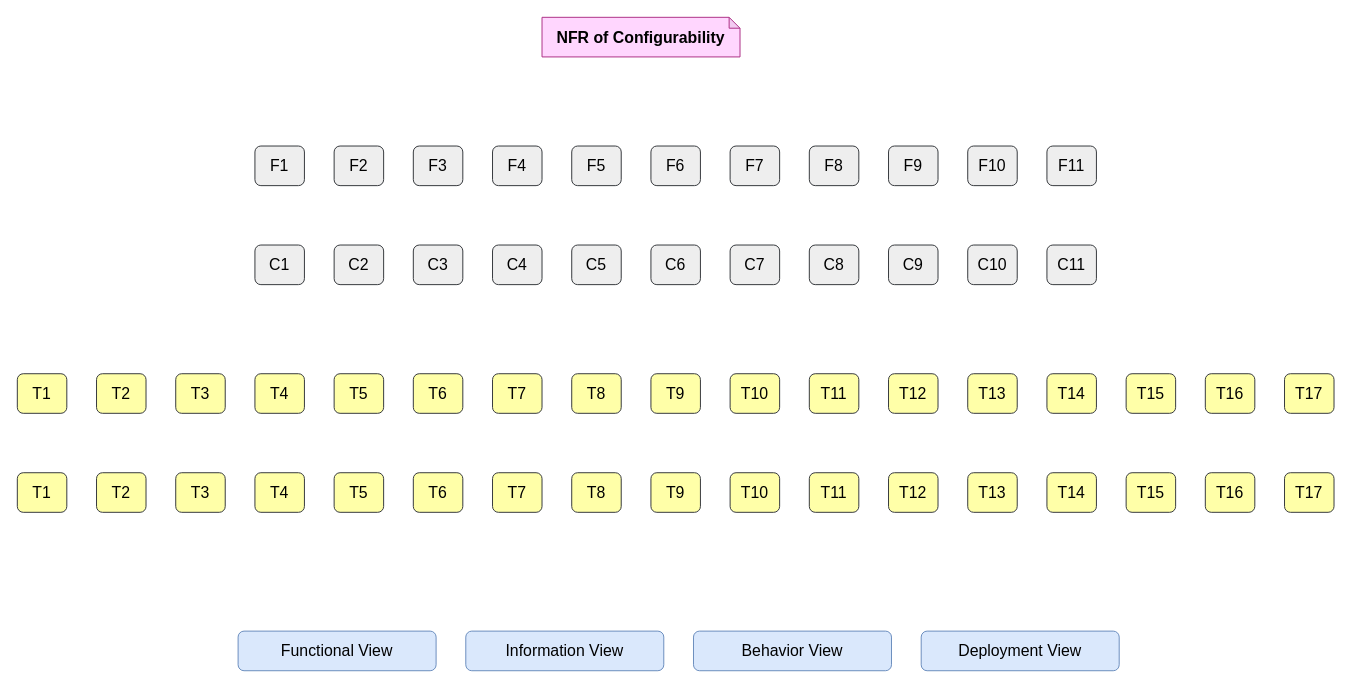
This is final_nfr_traceability.drawio from ShineSoYoung/TEST, a draw.io file, before an edit. Source tidied: cells renumbered, new cells numbered last; positions are measured from the earlier drawing's top-left corner, leaving out a move shared by most shapes. Both pictures are drawn from the tidied source at 99%, with x=0, y=0 at pixel (17, 17).
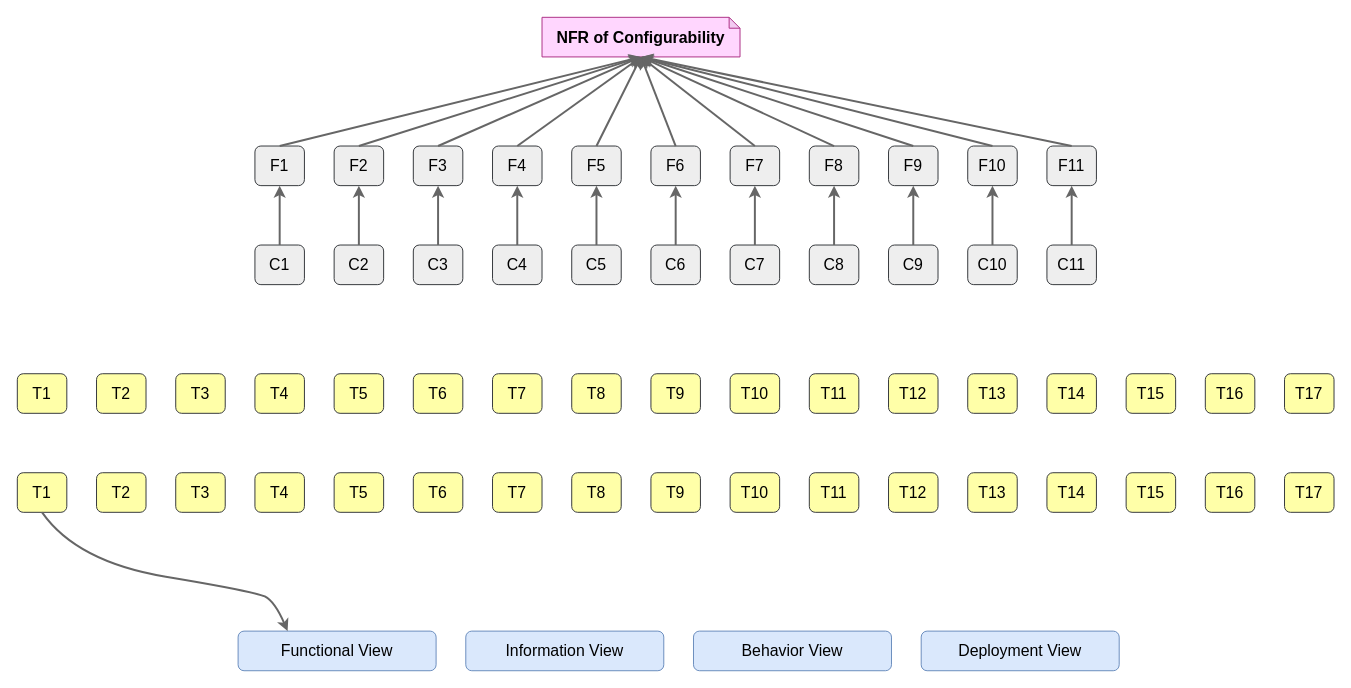
Above is the later version.

Unchanged cells that the change refers to:
```xml
<mxCell id="2" value="&lt;b style=&quot;font-size: 16px;&quot;&gt;NFR of Configurability&lt;/b&gt;" style="shape=note;whiteSpace=wrap;html=1;backgroundOutline=1;darkOpacity=0.05;size=11;fontSize=16;fillColor=#ffd6fe;strokeColor=#ae3287;" parent="1" vertex="1">
  <mxGeometry x="530" width="200" height="40" as="geometry" />
</mxCell>
<mxCell id="3" value="&lt;font style=&quot;font-size: 16px;&quot;&gt;F1&lt;/font&gt;" style="rounded=1;whiteSpace=wrap;html=1;fillColor=#eeeeee;strokeColor=#36393d;" parent="1" vertex="1">
  <mxGeometry x="240" y="130" width="50" height="40" as="geometry" />
</mxCell>
<mxCell id="4" value="&lt;font style=&quot;font-size: 16px;&quot;&gt;F2&lt;/font&gt;" style="rounded=1;whiteSpace=wrap;html=1;fillColor=#eeeeee;strokeColor=#36393d;" parent="1" vertex="1">
  <mxGeometry x="320" y="130" width="50" height="40" as="geometry" />
</mxCell>
<mxCell id="5" value="&lt;font style=&quot;font-size: 16px;&quot;&gt;F3&lt;/font&gt;" style="rounded=1;whiteSpace=wrap;html=1;fillColor=#eeeeee;strokeColor=#36393d;" parent="1" vertex="1">
  <mxGeometry x="400" y="130" width="50" height="40" as="geometry" />
</mxCell>
<mxCell id="6" value="&lt;font style=&quot;font-size: 16px;&quot;&gt;F4&lt;/font&gt;" style="rounded=1;whiteSpace=wrap;html=1;fillColor=#eeeeee;strokeColor=#36393d;" parent="1" vertex="1">
  <mxGeometry x="480" y="130" width="50" height="40" as="geometry" />
</mxCell>
<mxCell id="7" value="&lt;font style=&quot;font-size: 16px;&quot;&gt;F5&lt;/font&gt;" style="rounded=1;whiteSpace=wrap;html=1;fillColor=#eeeeee;strokeColor=#36393d;" parent="1" vertex="1">
  <mxGeometry x="560" y="130" width="50" height="40" as="geometry" />
</mxCell>
<mxCell id="8" value="&lt;font style=&quot;font-size: 16px;&quot;&gt;F6&lt;/font&gt;" style="rounded=1;whiteSpace=wrap;html=1;fillColor=#eeeeee;strokeColor=#36393d;" parent="1" vertex="1">
  <mxGeometry x="640" y="130" width="50" height="40" as="geometry" />
</mxCell>
<mxCell id="9" value="&lt;font style=&quot;font-size: 16px;&quot;&gt;F7&lt;/font&gt;" style="rounded=1;whiteSpace=wrap;html=1;fillColor=#eeeeee;strokeColor=#36393d;" parent="1" vertex="1">
  <mxGeometry x="720" y="130" width="50" height="40" as="geometry" />
</mxCell>
<mxCell id="10" value="&lt;font style=&quot;font-size: 16px;&quot;&gt;F8&lt;/font&gt;" style="rounded=1;whiteSpace=wrap;html=1;fillColor=#eeeeee;strokeColor=#36393d;" parent="1" vertex="1">
  <mxGeometry x="800" y="130" width="50" height="40" as="geometry" />
</mxCell>
<mxCell id="11" value="&lt;font style=&quot;font-size: 16px;&quot;&gt;F9&lt;/font&gt;" style="rounded=1;whiteSpace=wrap;html=1;fillColor=#eeeeee;strokeColor=#36393d;" parent="1" vertex="1">
  <mxGeometry x="880" y="130" width="50" height="40" as="geometry" />
</mxCell>
<mxCell id="12" value="&lt;font style=&quot;font-size: 16px;&quot;&gt;F10&lt;/font&gt;" style="rounded=1;whiteSpace=wrap;html=1;fillColor=#eeeeee;strokeColor=#36393d;" parent="1" vertex="1">
  <mxGeometry x="960" y="130" width="50" height="40" as="geometry" />
</mxCell>
<mxCell id="13" value="&lt;font style=&quot;font-size: 16px;&quot;&gt;F11&lt;/font&gt;" style="rounded=1;whiteSpace=wrap;html=1;fillColor=#eeeeee;strokeColor=#36393d;" parent="1" vertex="1">
  <mxGeometry x="1040" y="130" width="50" height="40" as="geometry" />
</mxCell>
<mxCell id="14" value="&lt;font style=&quot;font-size: 16px;&quot;&gt;C1&lt;/font&gt;" style="rounded=1;whiteSpace=wrap;html=1;fillColor=#eeeeee;strokeColor=#36393d;" parent="1" vertex="1">
  <mxGeometry x="240" y="230" width="50" height="40" as="geometry" />
</mxCell>
<mxCell id="15" value="&lt;font style=&quot;font-size: 16px;&quot;&gt;C2&lt;/font&gt;" style="rounded=1;whiteSpace=wrap;html=1;fillColor=#eeeeee;strokeColor=#36393d;" parent="1" vertex="1">
  <mxGeometry x="320" y="230" width="50" height="40" as="geometry" />
</mxCell>
<mxCell id="16" value="&lt;font style=&quot;font-size: 16px;&quot;&gt;C3&lt;/font&gt;" style="rounded=1;whiteSpace=wrap;html=1;fillColor=#eeeeee;strokeColor=#36393d;" parent="1" vertex="1">
  <mxGeometry x="400" y="230" width="50" height="40" as="geometry" />
</mxCell>
<mxCell id="17" value="&lt;font style=&quot;font-size: 16px;&quot;&gt;C4&lt;/font&gt;" style="rounded=1;whiteSpace=wrap;html=1;fillColor=#eeeeee;strokeColor=#36393d;" parent="1" vertex="1">
  <mxGeometry x="480" y="230" width="50" height="40" as="geometry" />
</mxCell>
<mxCell id="18" value="&lt;font style=&quot;font-size: 16px;&quot;&gt;C5&lt;/font&gt;" style="rounded=1;whiteSpace=wrap;html=1;fillColor=#eeeeee;strokeColor=#36393d;" parent="1" vertex="1">
  <mxGeometry x="560" y="230" width="50" height="40" as="geometry" />
</mxCell>
<mxCell id="19" value="&lt;font style=&quot;font-size: 16px;&quot;&gt;C6&lt;/font&gt;" style="rounded=1;whiteSpace=wrap;html=1;fillColor=#eeeeee;strokeColor=#36393d;" parent="1" vertex="1">
  <mxGeometry x="640" y="230" width="50" height="40" as="geometry" />
</mxCell>
<mxCell id="20" value="&lt;font style=&quot;font-size: 16px;&quot;&gt;C7&lt;/font&gt;" style="rounded=1;whiteSpace=wrap;html=1;fillColor=#eeeeee;strokeColor=#36393d;" parent="1" vertex="1">
  <mxGeometry x="720" y="230" width="50" height="40" as="geometry" />
</mxCell>
<mxCell id="21" value="&lt;font style=&quot;font-size: 16px;&quot;&gt;C8&lt;/font&gt;" style="rounded=1;whiteSpace=wrap;html=1;fillColor=#eeeeee;strokeColor=#36393d;" parent="1" vertex="1">
  <mxGeometry x="800" y="230" width="50" height="40" as="geometry" />
</mxCell>
<mxCell id="22" value="&lt;font style=&quot;font-size: 16px;&quot;&gt;C9&lt;/font&gt;" style="rounded=1;whiteSpace=wrap;html=1;fillColor=#eeeeee;strokeColor=#36393d;" parent="1" vertex="1">
  <mxGeometry x="880" y="230" width="50" height="40" as="geometry" />
</mxCell>
<mxCell id="23" value="&lt;font style=&quot;font-size: 16px;&quot;&gt;C10&lt;/font&gt;" style="rounded=1;whiteSpace=wrap;html=1;fillColor=#eeeeee;strokeColor=#36393d;" parent="1" vertex="1">
  <mxGeometry x="960" y="230" width="50" height="40" as="geometry" />
</mxCell>
<mxCell id="24" value="&lt;font style=&quot;font-size: 16px;&quot;&gt;C11&lt;/font&gt;" style="rounded=1;whiteSpace=wrap;html=1;fillColor=#eeeeee;strokeColor=#36393d;" parent="1" vertex="1">
  <mxGeometry x="1040" y="230" width="50" height="40" as="geometry" />
</mxCell>
<mxCell id="42" value="&lt;font style=&quot;font-size: 16px;&quot;&gt;T1&lt;/font&gt;" style="rounded=1;whiteSpace=wrap;html=1;fillColor=#ffffa8;strokeColor=#36393d;" parent="1" vertex="1">
  <mxGeometry y="460" width="50" height="40" as="geometry" />
</mxCell>
<mxCell id="59" value="&lt;span style=&quot;font-size: 16px;&quot;&gt;Functional View&lt;/span&gt;" style="rounded=1;whiteSpace=wrap;html=1;fillColor=#dae8fc;strokeColor=#6c8ebf;" parent="1" vertex="1">
  <mxGeometry x="223" y="620" width="200" height="40" as="geometry" />
</mxCell>
```

What changed in the source:
```diff
@@
+    <mxCell id="63" style="curved=1;endArrow=classic;html=1;rounded=0;exitX=0.5;exitY=1;exitDx=0;exitDy=0;entryX=0.25;entryY=0;entryDx=0;entryDy=0;fillColor=#f5f5f5;strokeColor=#666666;strokeWidth=2;" parent="1" edge="1" source="42" target="59">
+      <mxGeometry relative="1" as="geometry">
+        <Array as="points">
+          <mxPoint x="60" y="550" />
+          <mxPoint x="240" y="580" />
+          <mxPoint x="260" y="590" />
+        </Array>
+      </mxGeometry>
+    </mxCell>
+    <mxCell id="64" style="endArrow=classic;html=1;rounded=0;fillColor=#f5f5f5;strokeColor=#666666;strokeWidth=2;entryX=0.5;entryY=1;entryDx=0;entryDy=0;entryPerimeter=0;exitX=0.5;exitY=0;exitDx=0;exitDy=0;" parent="1" edge="1" source="3" target="2">
+      <mxGeometry relative="1" as="geometry" />
+    </mxCell>
+    <mxCell id="65" style="endArrow=classic;html=1;rounded=0;fillColor=#f5f5f5;strokeColor=#666666;strokeWidth=2;exitX=0.5;exitY=0;exitDx=0;exitDy=0;entryX=0.5;entryY=1;entryDx=0;entryDy=0;entryPerimeter=0;" parent="1" edge="1" source="4" target="2">
+      <mxGeometry relative="1" as="geometry" />
+    </mxCell>
+    <mxCell id="66" style="endArrow=classic;html=1;rounded=0;fillColor=#f5f5f5;strokeColor=#666666;strokeWidth=2;exitX=0.5;exitY=0;exitDx=0;exitDy=0;entryX=0.5;entryY=1;entryDx=0;entryDy=0;entryPerimeter=0;" parent="1" edge="1" source="5" target="2">
+      <mxGeometry relative="1" as="geometry" />
+    </mxCell>
+    <mxCell id="67" style="endArrow=classic;html=1;rounded=0;fillColor=#f5f5f5;strokeColor=#666666;strokeWidth=2;exitX=0.5;exitY=0;exitDx=0;exitDy=0;entryX=0.5;entryY=1;entryDx=0;entryDy=0;entryPerimeter=0;" parent="1" edge="1" source="6" target="2">
+      <mxGeometry relative="1" as="geometry" />
+    </mxCell>
+    <mxCell id="68" style="endArrow=classic;html=1;rounded=0;fillColor=#f5f5f5;strokeColor=#666666;strokeWidth=2;exitX=0.5;exitY=0;exitDx=0;exitDy=0;entryX=0.5;entryY=1;entryDx=0;entryDy=0;entryPerimeter=0;" parent="1" edge="1" source="7" target="2">
+      <mxGeometry relative="1" as="geometry" />
+    </mxCell>
+    <mxCell id="69" style="endArrow=classic;html=1;rounded=0;fillColor=#f5f5f5;strokeColor=#666666;strokeWidth=2;exitX=0.5;exitY=0;exitDx=0;exitDy=0;entryX=0.5;entryY=1;entryDx=0;entryDy=0;entryPerimeter=0;" parent="1" edge="1" source="8" target="2">
+      <mxGeometry relative="1" as="geometry" />
+    </mxCell>
+    <mxCell id="70" style="endArrow=classic;html=1;rounded=0;fillColor=#f5f5f5;strokeColor=#666666;strokeWidth=2;exitX=0.5;exitY=0;exitDx=0;exitDy=0;entryX=0.5;entryY=1;entryDx=0;entryDy=0;entryPerimeter=0;" parent="1" edge="1" source="9" target="2">
+      <mxGeometry relative="1" as="geometry" />
+    </mxCell>
+    <mxCell id="71" style="endArrow=classic;html=1;rounded=0;fillColor=#f5f5f5;strokeColor=#666666;strokeWidth=2;exitX=0.5;exitY=0;exitDx=0;exitDy=0;entryX=0.5;entryY=1;entryDx=0;entryDy=0;entryPerimeter=0;" parent="1" edge="1" source="10" target="2">
+      <mxGeometry relative="1" as="geometry" />
+    </mxCell>
+    <mxCell id="72" style="endArrow=classic;html=1;rounded=0;fillColor=#f5f5f5;strokeColor=#666666;strokeWidth=2;exitX=0.5;exitY=0;exitDx=0;exitDy=0;entryX=0.5;entryY=1;entryDx=0;entryDy=0;entryPerimeter=0;" parent="1" edge="1" source="11" target="2">
+      <mxGeometry relative="1" as="geometry" />
+    </mxCell>
+    <mxCell id="73" style="endArrow=classic;html=1;rounded=0;fillColor=#f5f5f5;strokeColor=#666666;strokeWidth=2;exitX=0.5;exitY=0;exitDx=0;exitDy=0;entryX=0.5;entryY=1;entryDx=0;entryDy=0;entryPerimeter=0;" parent="1" edge="1" source="12" target="2">
+      <mxGeometry relative="1" as="geometry" />
+    </mxCell>
+    <mxCell id="74" style="endArrow=classic;html=1;rounded=0;fillColor=#f5f5f5;strokeColor=#666666;strokeWidth=2;exitX=0.5;exitY=0;exitDx=0;exitDy=0;entryX=0.5;entryY=1;entryDx=0;entryDy=0;entryPerimeter=0;" parent="1" edge="1" source="13" target="2">
+      <mxGeometry relative="1" as="geometry" />
+    </mxCell>
+    <mxCell id="75" style="endArrow=classic;html=1;rounded=0;fillColor=#f5f5f5;strokeColor=#666666;strokeWidth=2;exitX=0.5;exitY=0;exitDx=0;exitDy=0;entryX=0.5;entryY=1;entryDx=0;entryDy=0;" parent="1" edge="1" source="24" target="13">
+      <mxGeometry relative="1" as="geometry" />
+    </mxCell>
+    <mxCell id="76" style="endArrow=classic;html=1;rounded=0;fillColor=#f5f5f5;strokeColor=#666666;strokeWidth=2;exitX=0.5;exitY=0;exitDx=0;exitDy=0;entryX=0.5;entryY=1;entryDx=0;entryDy=0;" parent="1" edge="1" source="23" target="12">
+      <mxGeometry relative="1" as="geometry" />
+    </mxCell>
+    <mxCell id="77" style="endArrow=classic;html=1;rounded=0;fillColor=#f5f5f5;strokeColor=#666666;strokeWidth=2;exitX=0.5;exitY=0;exitDx=0;exitDy=0;entryX=0.5;entryY=1;entryDx=0;entryDy=0;" parent="1" edge="1" source="22" target="11">
+      <mxGeometry relative="1" as="geometry" />
+    </mxCell>
+    <mxCell id="78" style="endArrow=classic;html=1;rounded=0;fillColor=#f5f5f5;strokeColor=#666666;strokeWidth=2;exitX=0.5;exitY=0;exitDx=0;exitDy=0;entryX=0.5;entryY=1;entryDx=0;entryDy=0;" parent="1" edge="1" source="21" target="10">
+      <mxGeometry relative="1" as="geometry" />
+    </mxCell>
+    <mxCell id="79" style="endArrow=classic;html=1;rounded=0;fillColor=#f5f5f5;strokeColor=#666666;strokeWidth=2;exitX=0.5;exitY=0;exitDx=0;exitDy=0;entryX=0.5;entryY=1;entryDx=0;entryDy=0;" parent="1" edge="1" source="20" target="9">
+      <mxGeometry relative="1" as="geometry" />
+    </mxCell>
+    <mxCell id="80" style="endArrow=classic;html=1;rounded=0;fillColor=#f5f5f5;strokeColor=#666666;strokeWidth=2;exitX=0.5;exitY=0;exitDx=0;exitDy=0;entryX=0.5;entryY=1;entryDx=0;entryDy=0;" parent="1" edge="1" source="19" target="8">
+      <mxGeometry relative="1" as="geometry" />
+    </mxCell>
+    <mxCell id="81" style="endArrow=classic;html=1;rounded=0;fillColor=#f5f5f5;strokeColor=#666666;strokeWidth=2;exitX=0.5;exitY=0;exitDx=0;exitDy=0;entryX=0.5;entryY=1;entryDx=0;entryDy=0;" parent="1" edge="1" source="18" target="7">
+      <mxGeometry relative="1" as="geometry" />
+    </mxCell>
+    <mxCell id="82" style="endArrow=classic;html=1;rounded=0;fillColor=#f5f5f5;strokeColor=#666666;strokeWidth=2;exitX=0.5;exitY=0;exitDx=0;exitDy=0;entryX=0.5;entryY=1;entryDx=0;entryDy=0;" parent="1" edge="1" source="17" target="6">
+      <mxGeometry relative="1" as="geometry" />
+    </mxCell>
+    <mxCell id="83" style="endArrow=classic;html=1;rounded=0;fillColor=#f5f5f5;strokeColor=#666666;strokeWidth=2;exitX=0.5;exitY=0;exitDx=0;exitDy=0;entryX=0.5;entryY=1;entryDx=0;entryDy=0;" parent="1" edge="1" source="16" target="5">
+      <mxGeometry relative="1" as="geometry" />
+    </mxCell>
+    <mxCell id="84" style="endArrow=classic;html=1;rounded=0;fillColor=#f5f5f5;strokeColor=#666666;strokeWidth=2;exitX=0.5;exitY=0;exitDx=0;exitDy=0;entryX=0.5;entryY=1;entryDx=0;entryDy=0;" parent="1" edge="1" source="15" target="4">
+      <mxGeometry relative="1" as="geometry" />
+    </mxCell>
+    <mxCell id="85" style="endArrow=classic;html=1;rounded=0;fillColor=#f5f5f5;strokeColor=#666666;strokeWidth=2;exitX=0.5;exitY=0;exitDx=0;exitDy=0;entryX=0.5;entryY=1;entryDx=0;entryDy=0;" parent="1" edge="1" source="14" target="3">
+      <mxGeometry relative="1" as="geometry" />
+    </mxCell>
```
